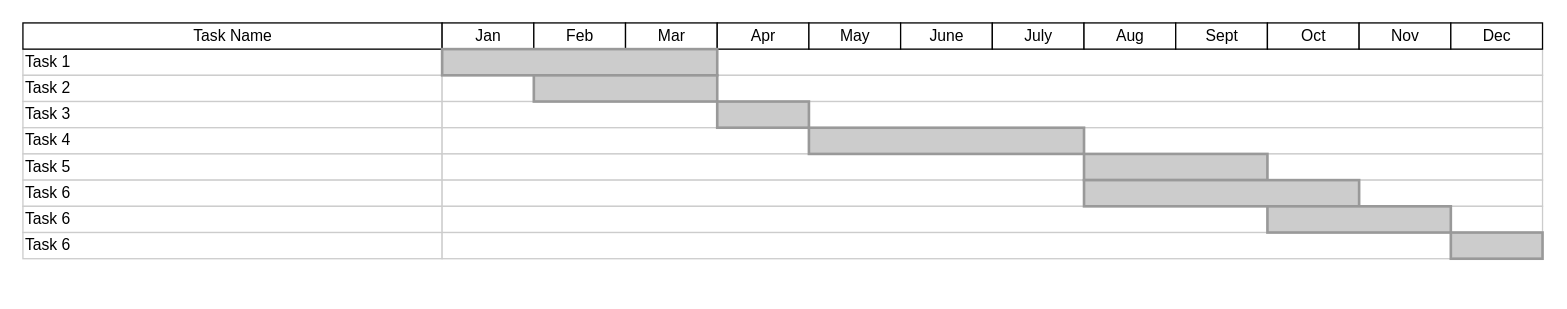
The draw.io diagram Untitled Diagram.drawio in 11carlesnavarro/HealthTrack, before the edit. Source tidied: cells renumbered, new cells numbered last; positions are measured from the earlier drawing's top-left corner, leaving out a move shared by most shapes. Both pictures are drawn from the tidied source at 131%, with x=0, y=0 at pixel (22, 22).
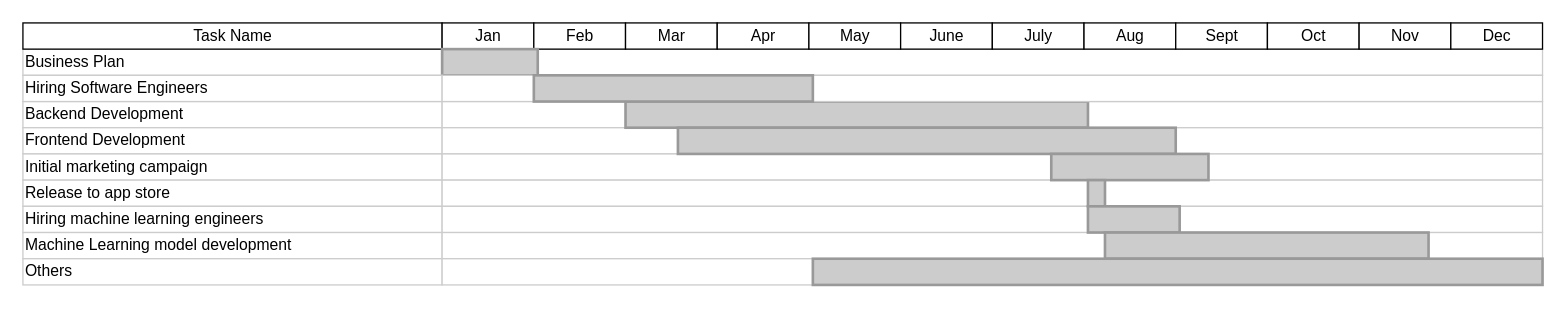
Above is the later version.

What changed in the source:
```diff
@@
-    <mxCell id="2" value="Task 1" style="align=left;strokeColor=#CCCCCC;html=1;" parent="1" vertex="1">
+    <mxCell id="2" value="Business Plan" style="align=left;strokeColor=#CCCCCC;html=1;" parent="1" vertex="1">
       <mxGeometry y="20" width="320" height="20" as="geometry" />
     </mxCell>
-    <mxCell id="3" value="Task 2" style="align=left;strokeColor=#CCCCCC;html=1;" parent="1" vertex="1">
-      <mxGeometry y="40" width="320" height="20" as="geometry" />
+    <mxCell id="3" value="Backend Development" style="align=left;strokeColor=#CCCCCC;html=1;" parent="1" vertex="1">
+      <mxGeometry y="60" width="320" height="20" as="geometry" />
     </mxCell>
-    <mxCell id="4" value="Task 3" style="align=left;strokeColor=#CCCCCC;html=1;" parent="1" vertex="1">
-      <mxGeometry y="60" width="320" height="20" as="geometry" />
+    <mxCell id="4" value="Frontend Development" style="align=left;strokeColor=#CCCCCC;html=1;" parent="1" vertex="1">
+      <mxGeometry y="80" width="320" height="20" as="geometry" />
     </mxCell>
-    <mxCell id="5" value="Task 4" style="align=left;strokeColor=#CCCCCC;html=1;" parent="1" vertex="1">
-      <mxGeometry y="80" width="320" height="20" as="geometry" />
+    <mxCell id="5" value="Initial marketing campaign" style="align=left;strokeColor=#CCCCCC;html=1;" parent="1" vertex="1">
+      <mxGeometry y="100" width="320" height="20" as="geometry" />
     </mxCell>
-    <mxCell id="6" value="Task 5" style="align=left;strokeColor=#CCCCCC;html=1;" parent="1" vertex="1">
-      <mxGeometry y="100" width="320" height="20" as="geometry" />
+    <mxCell id="6" value="Release to app store" style="align=left;strokeColor=#CCCCCC;html=1;" parent="1" vertex="1">
+      <mxGeometry y="120" width="320" height="20" as="geometry" />
     </mxCell>
-    <mxCell id="7" value="Task 6" style="align=left;strokeColor=#CCCCCC;html=1;" parent="1" vertex="1">
-      <mxGeometry y="120" width="320" height="20" as="geometry" />
+    <mxCell id="7" value="Hiring machine learning engineers" style="align=left;strokeColor=#CCCCCC;html=1;" parent="1" vertex="1">
+      <mxGeometry y="140" width="320" height="20" as="geometry" />
     </mxCell>
@@
-    <mxCell id="9" value="Task 6" style="align=left;strokeColor=#CCCCCC;html=1;" parent="1" vertex="1">
-      <mxGeometry y="140" width="320" height="20" as="geometry" />
+    <mxCell id="9" value="Machine Learning model development" style="align=left;strokeColor=#CCCCCC;html=1;" parent="1" vertex="1">
+      <mxGeometry y="160" width="320" height="20" as="geometry" />
     </mxCell>
-    <mxCell id="10" value="Task 6" style="align=left;strokeColor=#CCCCCC;html=1;" parent="1" vertex="1">
-      <mxGeometry y="160" width="320" height="20" as="geometry" />
+    <mxCell id="10" value="Others" style="align=left;strokeColor=#CCCCCC;html=1;" parent="1" vertex="1">
+      <mxGeometry y="180" width="320" height="20" as="geometry" />
     </mxCell>
@@
     <mxCell id="24" style="align=left;strokeColor=#CCCCCC;html=1;" parent="1" vertex="1">
-      <mxGeometry x="320" y="40" width="840" height="20" as="geometry" />
+      <mxGeometry x="320" y="60" width="840" height="20" as="geometry" />
     </mxCell>
     <mxCell id="25" style="align=left;strokeColor=#CCCCCC;html=1;" parent="1" vertex="1">
-      <mxGeometry x="320" y="60" width="840" height="20" as="geometry" />
+      <mxGeometry x="320" y="80" width="840" height="20" as="geometry" />
     </mxCell>
     <mxCell id="26" style="align=left;strokeColor=#CCCCCC;html=1;" parent="1" vertex="1">
-      <mxGeometry x="320" y="80" width="840" height="20" as="geometry" />
+      <mxGeometry x="320" y="100" width="840" height="20" as="geometry" />
     </mxCell>
     <mxCell id="27" style="align=left;strokeColor=#CCCCCC;html=1;" parent="1" vertex="1">
-      <mxGeometry x="320" y="100" width="840" height="20" as="geometry" />
+      <mxGeometry x="320" y="120" width="840" height="20" as="geometry" />
     </mxCell>
     <mxCell id="28" style="align=left;strokeColor=#CCCCCC;html=1;" parent="1" vertex="1">
-      <mxGeometry x="320" y="120" width="840" height="20" as="geometry" />
+      <mxGeometry x="320" y="140" width="840" height="20" as="geometry" />
     </mxCell>
     <mxCell id="29" style="align=left;strokeColor=#CCCCCC;html=1;" parent="1" vertex="1">
-      <mxGeometry x="320" y="140" width="840" height="20" as="geometry" />
+      <mxGeometry x="320" y="160" width="840" height="20" as="geometry" />
     </mxCell>
     <mxCell id="30" style="align=left;strokeColor=#CCCCCC;html=1;" parent="1" vertex="1">
-      <mxGeometry x="320" y="160" width="840" height="20" as="geometry" />
+      <mxGeometry x="320" y="180" width="840" height="20" as="geometry" />
     </mxCell>
     <mxCell id="31" style="whiteSpace=wrap;html=1;strokeWidth=2;fillColor=#CCCCCC;gradientColor=none;fontSize=14;align=center;strokeColor=#999999;" parent="1" vertex="1">
-      <mxGeometry x="320" y="20" width="210" height="20" as="geometry" />
+      <mxGeometry x="320" y="20" width="73" height="20" as="geometry" />
     </mxCell>
     <mxCell id="32" style="whiteSpace=wrap;html=1;strokeWidth=2;fillColor=#CCCCCC;gradientColor=none;fontSize=14;align=center;strokeColor=#999999;" parent="1" vertex="1">
-      <mxGeometry x="390" y="40" width="140" height="20" as="geometry" />
+      <mxGeometry x="460" y="60" width="353" height="20" as="geometry" />
     </mxCell>
     <mxCell id="33" style="whiteSpace=wrap;html=1;strokeWidth=2;fillColor=#CCCCCC;gradientColor=none;fontSize=14;align=center;strokeColor=#999999;" parent="1" vertex="1">
-      <mxGeometry x="530" y="60" width="70" height="20" as="geometry" />
+      <mxGeometry x="500" y="80" width="380" height="20" as="geometry" />
     </mxCell>
     <mxCell id="34" style="whiteSpace=wrap;html=1;strokeWidth=2;fillColor=#CCCCCC;gradientColor=none;fontSize=14;align=center;strokeColor=#999999;" parent="1" vertex="1">
-      <mxGeometry x="600" y="80" width="210" height="20" as="geometry" />
+      <mxGeometry x="785" y="100" width="120" height="20" as="geometry" />
     </mxCell>
     <mxCell id="35" style="whiteSpace=wrap;html=1;strokeWidth=2;fillColor=#CCCCCC;gradientColor=none;fontSize=14;align=center;strokeColor=#999999;" parent="1" vertex="1">
-      <mxGeometry x="810" y="100" width="140" height="20" as="geometry" />
+      <mxGeometry x="813" y="120" width="13" height="20" as="geometry" />
     </mxCell>
     <mxCell id="36" style="whiteSpace=wrap;html=1;strokeWidth=2;fillColor=#CCCCCC;gradientColor=none;fontSize=14;align=center;strokeColor=#999999;" parent="1" vertex="1">
-      <mxGeometry x="810" y="120" width="210" height="20" as="geometry" />
+      <mxGeometry x="813" y="140" width="70" height="20" as="geometry" />
     </mxCell>
     <mxCell id="37" style="whiteSpace=wrap;html=1;strokeWidth=2;fillColor=#CCCCCC;gradientColor=none;fontSize=14;align=center;strokeColor=#999999;" parent="1" vertex="1">
-      <mxGeometry x="950" y="140" width="140" height="20" as="geometry" />
+      <mxGeometry x="826" y="160" width="247" height="20" as="geometry" />
     </mxCell>
     <mxCell id="38" style="whiteSpace=wrap;html=1;strokeWidth=2;fillColor=#CCCCCC;gradientColor=none;fontSize=14;align=center;strokeColor=#999999;" parent="1" vertex="1">
-      <mxGeometry x="1090" y="160" width="70" height="20" as="geometry" />
+      <mxGeometry x="603" y="180" width="557" height="20" as="geometry" />
     </mxCell>
+    <mxCell id="39" value="Hiring Software Engineers" style="align=left;strokeColor=#CCCCCC;html=1;" parent="1" vertex="1">
+      <mxGeometry y="40" width="320" height="20" as="geometry" />
+    </mxCell>
+    <mxCell id="40" style="align=left;strokeColor=#CCCCCC;html=1;" parent="1" vertex="1">
+      <mxGeometry x="320" y="40" width="840" height="20" as="geometry" />
+    </mxCell>
+    <mxCell id="41" style="whiteSpace=wrap;html=1;strokeWidth=2;fillColor=#CCCCCC;gradientColor=none;fontSize=14;align=center;strokeColor=#999999;" parent="1" vertex="1">
+      <mxGeometry x="390" y="40" width="213" height="20" as="geometry" />
+    </mxCell>
```
